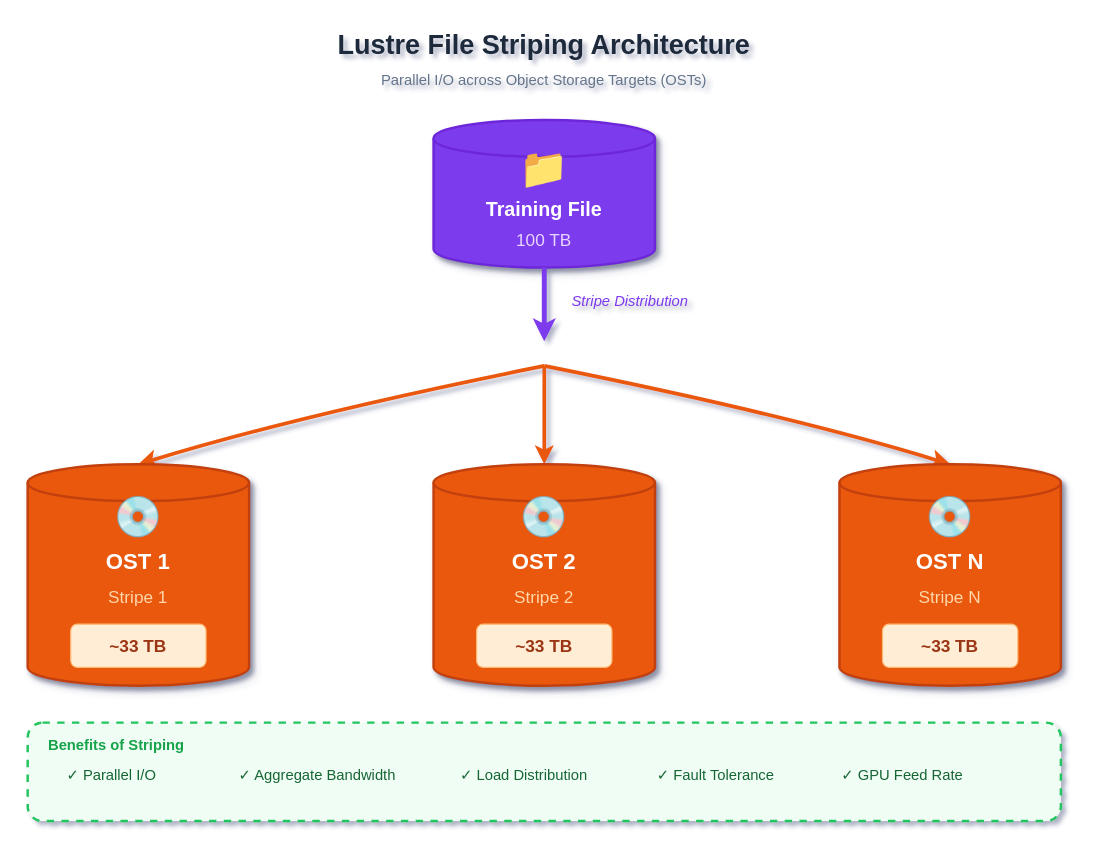
The draw.io diagram docs/diagrams/storage-striping.drawio in aamir939/Documentation, before the edit. Source tidied: cells renumbered, new cells numbered last; positions are measured from the earlier drawing's top-left corner, leaving out a move shared by most shapes. Both pictures are drawn from the tidied source at 123%, with x=0, y=0 at pixel (27, 21).
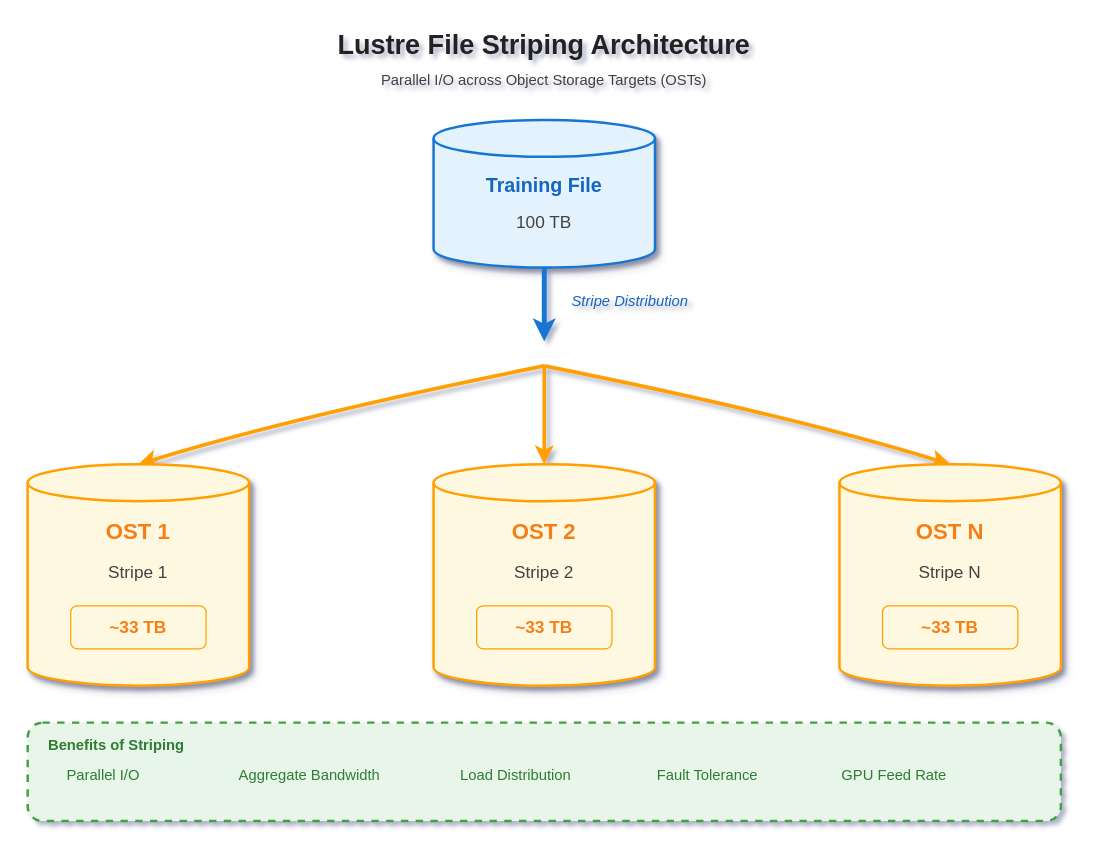
The same page after the edit.

Change to the diagram source:
```diff
@@
-    <mxCell id="2" value="Lustre File Striping Architecture" style="text;html=1;strokeColor=none;fillColor=none;align=center;verticalAlign=middle;whiteSpace=wrap;rounded=0;fontSize=22;fontStyle=1;fontColor=#1e293b;" parent="1" vertex="1">
+    <mxCell id="2" value="Lustre File Striping Architecture" style="text;html=1;strokeColor=none;fillColor=none;align=center;verticalAlign=middle;whiteSpace=wrap;rounded=0;fontSize=22;fontStyle=1;fontColor=#212121;" parent="1" vertex="1">
       <mxGeometry x="120" width="600" height="40" as="geometry" />
     </mxCell>
-    <mxCell id="3" value="Parallel I/O across Object Storage Targets (OSTs)" style="text;html=1;strokeColor=none;fillColor=none;align=center;verticalAlign=middle;whiteSpace=wrap;rounded=0;fontSize=12;fontColor=#64748b;" parent="1" vertex="1">
+    <mxCell id="3" value="Parallel I/O across Object Storage Targets (OSTs)" style="text;html=1;strokeColor=none;fillColor=none;align=center;verticalAlign=middle;whiteSpace=wrap;rounded=0;fontSize=12;fontColor=#424242;" parent="1" vertex="1">
       <mxGeometry x="120" y="35" width="600" height="25" as="geometry" />
     </mxCell>
-    <mxCell id="4" style="shape=cylinder3;whiteSpace=wrap;html=1;boundedLbl=1;backgroundOutline=1;size=15;fillColor=#7c3aed;strokeColor=#6d28d9;strokeWidth=2;shadow=1;" parent="1" vertex="1">
+    <mxCell id="4" style="shape=cylinder3;whiteSpace=wrap;html=1;boundedLbl=1;backgroundOutline=1;size=15;fillColor=#e3f2fd;strokeColor=#1976d2;strokeWidth=2;shadow=1;" parent="1" vertex="1">
       <mxGeometry x="330" y="80" width="180" height="120" as="geometry" />
     </mxCell>
-    <mxCell id="5" value="📁" style="text;html=1;strokeColor=none;fillColor=none;align=center;verticalAlign=middle;whiteSpace=wrap;rounded=0;fontSize=32;" parent="1" vertex="1">
-      <mxGeometry x="330" y="100" width="180" height="40" as="geometry" />
-    </mxCell>
-    <mxCell id="6" value="Training File" style="text;html=1;strokeColor=none;fillColor=none;align=center;verticalAlign=middle;whiteSpace=wrap;rounded=0;fontSize=16;fontStyle=1;fontColor=#FFFFFF;" parent="1" vertex="1">
-      <mxGeometry x="330" y="140" width="180" height="25" as="geometry" />
+    <mxCell id="6" value="Training File" style="text;html=1;strokeColor=none;fillColor=none;align=center;verticalAlign=middle;whiteSpace=wrap;rounded=0;fontSize=16;fontStyle=1;fontColor=#1565c0;" parent="1" vertex="1">
+      <mxGeometry x="330" y="120" width="180" height="25" as="geometry" />
     </mxCell>
-    <mxCell id="7" value="100 TB" style="text;html=1;strokeColor=none;fillColor=none;align=center;verticalAlign=middle;whiteSpace=wrap;rounded=0;fontSize=14;fontColor=#e9d5ff;" parent="1" vertex="1">
-      <mxGeometry x="330" y="165" width="180" height="25" as="geometry" />
+    <mxCell id="7" value="100 TB" style="text;html=1;strokeColor=none;fillColor=none;align=center;verticalAlign=middle;whiteSpace=wrap;rounded=0;fontSize=14;fontColor=#424242;" parent="1" vertex="1">
+      <mxGeometry x="330" y="150" width="180" height="25" as="geometry" />
     </mxCell>
-    <mxCell id="8" style="endArrow=classic;html=1;strokeWidth=4;strokeColor=#7c3aed;entryX=0.5;entryY=0;exitX=0.5;exitY=1;" parent="1" edge="1">
+    <mxCell id="8" style="endArrow=classic;html=1;strokeWidth=4;strokeColor=#1976d2;entryX=0.5;entryY=0;exitX=0.5;exitY=1;" parent="1" edge="1">
       <mxGeometry relative="1" as="geometry">
         <mxPoint x="420" y="200" as="sourcePoint" />
         <mxPoint x="420" y="260" as="targetPoint" />
       </mxGeometry>
     </mxCell>
-    <mxCell id="9" value="Stripe Distribution" style="text;html=1;strokeColor=none;fillColor=none;align=center;verticalAlign=middle;whiteSpace=wrap;rounded=0;fontSize=12;fontStyle=2;fontColor=#7c3aed;" parent="1" vertex="1">
+    <mxCell id="9" value="Stripe Distribution" style="text;html=1;strokeColor=none;fillColor=none;align=center;verticalAlign=middle;whiteSpace=wrap;rounded=0;fontSize=12;fontStyle=2;fontColor=#1565c0;" parent="1" vertex="1">
       <mxGeometry x="430" y="215" width="120" height="25" as="geometry" />
     </mxCell>
-    <mxCell id="10" style="endArrow=classic;html=1;strokeWidth=3;strokeColor=#ea580c;curved=1;" parent="1" edge="1">
+    <mxCell id="10" style="endArrow=classic;html=1;strokeWidth=3;strokeColor=#ffa000;curved=1;" parent="1" edge="1">
       <mxGeometry relative="1" as="geometry">
         <mxPoint x="420" y="280" as="sourcePoint" />
         <mxPoint x="90" y="360" as="targetPoint" />
         <Array as="points">
           <mxPoint x="220" y="320" />
         </Array>
       </mxGeometry>
     </mxCell>
-    <mxCell id="11" style="endArrow=classic;html=1;strokeWidth=3;strokeColor=#ea580c;" parent="1" edge="1">
+    <mxCell id="11" style="endArrow=classic;html=1;strokeWidth=3;strokeColor=#ffa000;" parent="1" edge="1">
       <mxGeometry relative="1" as="geometry">
         <mxPoint x="420" y="280" as="sourcePoint" />
         <mxPoint x="420" y="360" as="targetPoint" />
       </mxGeometry>
     </mxCell>
-    <mxCell id="12" style="endArrow=classic;html=1;strokeWidth=3;strokeColor=#ea580c;curved=1;" parent="1" edge="1">
+    <mxCell id="12" style="endArrow=classic;html=1;strokeWidth=3;strokeColor=#ffa000;curved=1;" parent="1" edge="1">
       <mxGeometry relative="1" as="geometry">
         <mxPoint x="420" y="280" as="sourcePoint" />
         <mxPoint x="750" y="360" as="targetPoint" />
         <Array as="points">
           <mxPoint x="620" y="320" />
         </Array>
       </mxGeometry>
     </mxCell>
-    <mxCell id="13" style="shape=cylinder3;whiteSpace=wrap;html=1;boundedLbl=1;backgroundOutline=1;size=15;fillColor=#ea580c;strokeColor=#c2410c;strokeWidth=2;shadow=1;" parent="1" vertex="1">
+    <mxCell id="13" style="shape=cylinder3;whiteSpace=wrap;html=1;boundedLbl=1;backgroundOutline=1;size=15;fillColor=#fff8e1;strokeColor=#ffa000;strokeWidth=2;shadow=1;" parent="1" vertex="1">
       <mxGeometry y="360" width="180" height="180" as="geometry" />
     </mxCell>
-    <mxCell id="14" value="💿" style="text;html=1;strokeColor=none;fillColor=none;align=center;verticalAlign=middle;whiteSpace=wrap;rounded=0;fontSize=32;" parent="1" vertex="1">
-      <mxGeometry y="380" width="180" height="45" as="geometry" />
-    </mxCell>
-    <mxCell id="15" value="OST 1" style="text;html=1;strokeColor=none;fillColor=none;align=center;verticalAlign=middle;whiteSpace=wrap;rounded=0;fontSize=18;fontStyle=1;fontColor=#FFFFFF;" parent="1" vertex="1">
-      <mxGeometry y="425" width="180" height="30" as="geometry" />
+    <mxCell id="15" value="OST 1" style="text;html=1;strokeColor=none;fillColor=none;align=center;verticalAlign=middle;whiteSpace=wrap;rounded=0;fontSize=18;fontStyle=1;fontColor=#f57f17;" parent="1" vertex="1">
+      <mxGeometry y="400" width="180" height="30" as="geometry" />
     </mxCell>
-    <mxCell id="16" value="Stripe 1" style="text;html=1;strokeColor=none;fillColor=none;align=center;verticalAlign=middle;whiteSpace=wrap;rounded=0;fontSize=14;fontColor=#fed7aa;" parent="1" vertex="1">
-      <mxGeometry y="455" width="180" height="25" as="geometry" />
+    <mxCell id="16" value="Stripe 1" style="text;html=1;strokeColor=none;fillColor=none;align=center;verticalAlign=middle;whiteSpace=wrap;rounded=0;fontSize=14;fontColor=#424242;" parent="1" vertex="1">
+      <mxGeometry y="435" width="180" height="25" as="geometry" />
     </mxCell>
-    <mxCell id="17" value="~33 TB" style="rounded=1;whiteSpace=wrap;html=1;fillColor=#ffedd5;strokeColor=#fdba74;strokeWidth=1;fontSize=14;fontStyle=1;fontColor=#9a3412;" parent="1" vertex="1">
-      <mxGeometry x="35" y="490" width="110" height="35" as="geometry" />
+    <mxCell id="17" value="~33 TB" style="rounded=1;whiteSpace=wrap;html=1;fillColor=#fff8e1;strokeColor=#ffa000;strokeWidth=1;fontSize=14;fontStyle=1;fontColor=#f57f17;" parent="1" vertex="1">
+      <mxGeometry x="35" y="475" width="110" height="35" as="geometry" />
     </mxCell>
-    <mxCell id="18" style="shape=cylinder3;whiteSpace=wrap;html=1;boundedLbl=1;backgroundOutline=1;size=15;fillColor=#ea580c;strokeColor=#c2410c;strokeWidth=2;shadow=1;" parent="1" vertex="1">
+    <mxCell id="18" style="shape=cylinder3;whiteSpace=wrap;html=1;boundedLbl=1;backgroundOutline=1;size=15;fillColor=#fff8e1;strokeColor=#ffa000;strokeWidth=2;shadow=1;" parent="1" vertex="1">
       <mxGeometry x="330" y="360" width="180" height="180" as="geometry" />
     </mxCell>
-    <mxCell id="19" value="💿" style="text;html=1;strokeColor=none;fillColor=none;align=center;verticalAlign=middle;whiteSpace=wrap;rounded=0;fontSize=32;" parent="1" vertex="1">
-      <mxGeometry x="330" y="380" width="180" height="45" as="geometry" />
-    </mxCell>
-    <mxCell id="20" value="OST 2" style="text;html=1;strokeColor=none;fillColor=none;align=center;verticalAlign=middle;whiteSpace=wrap;rounded=0;fontSize=18;fontStyle=1;fontColor=#FFFFFF;" parent="1" vertex="1">
-      <mxGeometry x="330" y="425" width="180" height="30" as="geometry" />
+    <mxCell id="20" value="OST 2" style="text;html=1;strokeColor=none;fillColor=none;align=center;verticalAlign=middle;whiteSpace=wrap;rounded=0;fontSize=18;fontStyle=1;fontColor=#f57f17;" parent="1" vertex="1">
+      <mxGeometry x="330" y="400" width="180" height="30" as="geometry" />
     </mxCell>
-    <mxCell id="21" value="Stripe 2" style="text;html=1;strokeColor=none;fillColor=none;align=center;verticalAlign=middle;whiteSpace=wrap;rounded=0;fontSize=14;fontColor=#fed7aa;" parent="1" vertex="1">
-      <mxGeometry x="330" y="455" width="180" height="25" as="geometry" />
+    <mxCell id="21" value="Stripe 2" style="text;html=1;strokeColor=none;fillColor=none;align=center;verticalAlign=middle;whiteSpace=wrap;rounded=0;fontSize=14;fontColor=#424242;" parent="1" vertex="1">
+      <mxGeometry x="330" y="435" width="180" height="25" as="geometry" />
     </mxCell>
-    <mxCell id="22" value="~33 TB" style="rounded=1;whiteSpace=wrap;html=1;fillColor=#ffedd5;strokeColor=#fdba74;strokeWidth=1;fontSize=14;fontStyle=1;fontColor=#9a3412;" parent="1" vertex="1">
-      <mxGeometry x="365" y="490" width="110" height="35" as="geometry" />
+    <mxCell id="22" value="~33 TB" style="rounded=1;whiteSpace=wrap;html=1;fillColor=#fff8e1;strokeColor=#ffa000;strokeWidth=1;fontSize=14;fontStyle=1;fontColor=#f57f17;" parent="1" vertex="1">
+      <mxGeometry x="365" y="475" width="110" height="35" as="geometry" />
     </mxCell>
-    <mxCell id="23" style="shape=cylinder3;whiteSpace=wrap;html=1;boundedLbl=1;backgroundOutline=1;size=15;fillColor=#ea580c;strokeColor=#c2410c;strokeWidth=2;shadow=1;" parent="1" vertex="1">
+    <mxCell id="23" style="shape=cylinder3;whiteSpace=wrap;html=1;boundedLbl=1;backgroundOutline=1;size=15;fillColor=#fff8e1;strokeColor=#ffa000;strokeWidth=2;shadow=1;" parent="1" vertex="1">
       <mxGeometry x="660" y="360" width="180" height="180" as="geometry" />
     </mxCell>
-    <mxCell id="24" value="💿" style="text;html=1;strokeColor=none;fillColor=none;align=center;verticalAlign=middle;whiteSpace=wrap;rounded=0;fontSize=32;" parent="1" vertex="1">
-      <mxGeometry x="660" y="380" width="180" height="45" as="geometry" />
-    </mxCell>
-    <mxCell id="25" value="OST N" style="text;html=1;strokeColor=none;fillColor=none;align=center;verticalAlign=middle;whiteSpace=wrap;rounded=0;fontSize=18;fontStyle=1;fontColor=#FFFFFF;" parent="1" vertex="1">
-      <mxGeometry x="660" y="425" width="180" height="30" as="geometry" />
+    <mxCell id="25" value="OST N" style="text;html=1;strokeColor=none;fillColor=none;align=center;verticalAlign=middle;whiteSpace=wrap;rounded=0;fontSize=18;fontStyle=1;fontColor=#f57f17;" parent="1" vertex="1">
+      <mxGeometry x="660" y="400" width="180" height="30" as="geometry" />
     </mxCell>
-    <mxCell id="26" value="Stripe N" style="text;html=1;strokeColor=none;fillColor=none;align=center;verticalAlign=middle;whiteSpace=wrap;rounded=0;fontSize=14;fontColor=#fed7aa;" parent="1" vertex="1">
-      <mxGeometry x="660" y="455" width="180" height="25" as="geometry" />
+    <mxCell id="26" value="Stripe N" style="text;html=1;strokeColor=none;fillColor=none;align=center;verticalAlign=middle;whiteSpace=wrap;rounded=0;fontSize=14;fontColor=#424242;" parent="1" vertex="1">
+      <mxGeometry x="660" y="435" width="180" height="25" as="geometry" />
     </mxCell>
-    <mxCell id="27" value="~33 TB" style="rounded=1;whiteSpace=wrap;html=1;fillColor=#ffedd5;strokeColor=#fdba74;strokeWidth=1;fontSize=14;fontStyle=1;fontColor=#9a3412;" parent="1" vertex="1">
-      <mxGeometry x="695" y="490" width="110" height="35" as="geometry" />
+    <mxCell id="27" value="~33 TB" style="rounded=1;whiteSpace=wrap;html=1;fillColor=#fff8e1;strokeColor=#ffa000;strokeWidth=1;fontSize=14;fontStyle=1;fontColor=#f57f17;" parent="1" vertex="1">
+      <mxGeometry x="695" y="475" width="110" height="35" as="geometry" />
     </mxCell>
-    <mxCell id="28" style="rounded=1;whiteSpace=wrap;html=1;fillColor=#f0fdf4;strokeColor=#22c55e;strokeWidth=2;dashed=1;" parent="1" vertex="1">
+    <mxCell id="28" style="rounded=1;whiteSpace=wrap;html=1;fillColor=#e8f5e9;strokeColor=#43a047;strokeWidth=2;dashed=1;" parent="1" vertex="1">
       <mxGeometry y="570" width="840" height="80" as="geometry" />
     </mxCell>
-    <mxCell id="29" value="Benefits of Striping" style="text;html=1;strokeColor=none;fillColor=none;align=left;verticalAlign=top;whiteSpace=wrap;rounded=0;fontSize=12;fontColor=#16a34a;fontStyle=1;" parent="1" vertex="1">
+    <mxCell id="29" value="Benefits of Striping" style="text;html=1;strokeColor=none;fillColor=none;align=left;verticalAlign=top;whiteSpace=wrap;rounded=0;fontSize=12;fontColor=#2e7d32;fontStyle=1;" parent="1" vertex="1">
       <mxGeometry x="15" y="575" width="150" height="20" as="geometry" />
     </mxCell>
-    <mxCell id="30" value="✓ Parallel I/O" style="text;html=1;strokeColor=none;fillColor=none;align=left;verticalAlign=middle;whiteSpace=wrap;rounded=0;fontSize=12;fontColor=#166534;" parent="1" vertex="1">
+    <mxCell id="30" value="Parallel I/O" style="text;html=1;strokeColor=none;fillColor=none;align=left;verticalAlign=middle;whiteSpace=wrap;rounded=0;fontSize=12;fontColor=#2e7d32;" parent="1" vertex="1">
       <mxGeometry x="30" y="600" width="120" height="25" as="geometry" />
     </mxCell>
-    <mxCell id="31" value="✓ Aggregate Bandwidth" style="text;html=1;strokeColor=none;fillColor=none;align=left;verticalAlign=middle;whiteSpace=wrap;rounded=0;fontSize=12;fontColor=#166534;" parent="1" vertex="1">
+    <mxCell id="31" value="Aggregate Bandwidth" style="text;html=1;strokeColor=none;fillColor=none;align=left;verticalAlign=middle;whiteSpace=wrap;rounded=0;fontSize=12;fontColor=#2e7d32;" parent="1" vertex="1">
       <mxGeometry x="170" y="600" width="160" height="25" as="geometry" />
     </mxCell>
-    <mxCell id="32" value="✓ Load Distribution" style="text;html=1;strokeColor=none;fillColor=none;align=left;verticalAlign=middle;whiteSpace=wrap;rounded=0;fontSize=12;fontColor=#166534;" parent="1" vertex="1">
+    <mxCell id="32" value="Load Distribution" style="text;html=1;strokeColor=none;fillColor=none;align=left;verticalAlign=middle;whiteSpace=wrap;rounded=0;fontSize=12;fontColor=#2e7d32;" parent="1" vertex="1">
       <mxGeometry x="350" y="600" width="140" height="25" as="geometry" />
     </mxCell>
-    <mxCell id="33" value="✓ Fault Tolerance" style="text;html=1;strokeColor=none;fillColor=none;align=left;verticalAlign=middle;whiteSpace=wrap;rounded=0;fontSize=12;fontColor=#166534;" parent="1" vertex="1">
+    <mxCell id="33" value="Fault Tolerance" style="text;html=1;strokeColor=none;fillColor=none;align=left;verticalAlign=middle;whiteSpace=wrap;rounded=0;fontSize=12;fontColor=#2e7d32;" parent="1" vertex="1">
       <mxGeometry x="510" y="600" width="130" height="25" as="geometry" />
     </mxCell>
-    <mxCell id="34" value="✓ GPU Feed Rate" style="text;html=1;strokeColor=none;fillColor=none;align=left;verticalAlign=middle;whiteSpace=wrap;rounded=0;fontSize=12;fontColor=#166534;" parent="1" vertex="1">
+    <mxCell id="34" value="GPU Feed Rate" style="text;html=1;strokeColor=none;fillColor=none;align=left;verticalAlign=middle;whiteSpace=wrap;rounded=0;fontSize=12;fontColor=#2e7d32;" parent="1" vertex="1">
       <mxGeometry x="660" y="600" width="130" height="25" as="geometry" />
     </mxCell>
```
